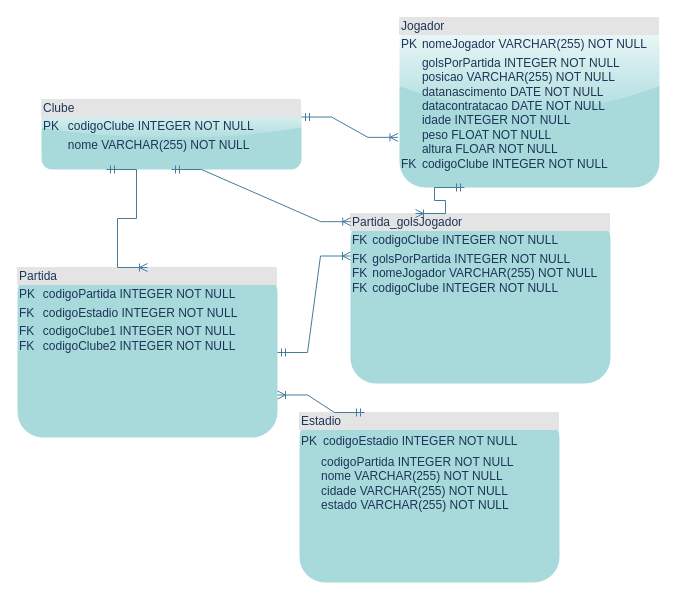
Before: page "modelologico" (2 of 2) of diagramas/Diagrama sem nome.drawio in eiakriative/tBanco, a draw.io diagram. Source tidied: cells renumbered, new cells numbered last; positions are measured from the earlier drawing's top-left corner, leaving out a move shared by most shapes. Both pictures are drawn from the tidied source at 100%, with x=0, y=0 at pixel (17, 17).
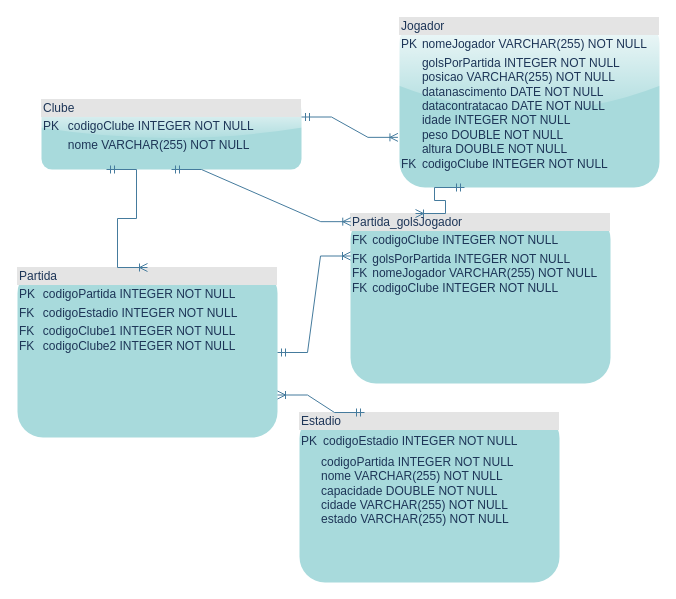
The same diagram, later.

Change to the diagram source:
```diff
@@
 <mxGraphModel>
   <root>
     <mxCell id="0" />
     <mxCell id="1" parent="0" />
-    <mxCell id="2" value="&lt;div style=&quot;box-sizing:border-box;width:100%;background:#e4e4e4;padding:2px;&quot;&gt;Jogador&lt;/div&gt;&lt;table style=&quot;width:100%;font-size:1em;&quot; cellpadding=&quot;2&quot; cellspacing=&quot;0&quot;&gt;&lt;tbody&gt;&lt;tr&gt;&lt;td&gt;PK&lt;/td&gt;&lt;td&gt;nomeJogador VARCHAR(255) NOT NULL&lt;br&gt;&lt;/td&gt;&lt;/tr&gt;&lt;tr&gt;&lt;td&gt;&lt;br&gt;&lt;br&gt;&lt;br&gt;&lt;br&gt;&lt;br&gt;&lt;br&gt;&lt;br&gt;FK&lt;/td&gt;&lt;td&gt;golsPorPartida INTEGER&amp;nbsp;NOT NULL&lt;br&gt;posicao VARCHAR(255) NOT NULL&lt;br&gt;datanascimento DATE NOT NULL&lt;br&gt;datacontratacao DATE NOT NULL&lt;br&gt;idade INTEGER&amp;nbsp;NOT NULL&lt;br&gt;peso FLOAT NOT NULL&lt;br&gt;altura FLOAR NOT NULL&lt;br&gt;codigoClube INTEGER NOT NULL&lt;/td&gt;&lt;/tr&gt;&lt;tr&gt;&lt;td&gt;&lt;/td&gt;&lt;td&gt;&lt;br&gt;&lt;/td&gt;&lt;/tr&gt;&lt;/tbody&gt;&lt;/table&gt;" style="verticalAlign=top;align=left;overflow=fill;html=1;rounded=1;glass=1;fillColor=#A8DADC;strokeColor=none;fontColor=#1D3557;" parent="1" vertex="1">
+    <mxCell id="2" value="&lt;div style=&quot;box-sizing:border-box;width:100%;background:#e4e4e4;padding:2px;&quot;&gt;Jogador&lt;/div&gt;&lt;table style=&quot;width:100%;font-size:1em;&quot; cellpadding=&quot;2&quot; cellspacing=&quot;0&quot;&gt;&lt;tbody&gt;&lt;tr&gt;&lt;td&gt;PK&lt;/td&gt;&lt;td&gt;nomeJogador VARCHAR(255) NOT NULL&lt;br&gt;&lt;/td&gt;&lt;/tr&gt;&lt;tr&gt;&lt;td&gt;&lt;br&gt;&lt;br&gt;&lt;br&gt;&lt;br&gt;&lt;br&gt;&lt;br&gt;&lt;br&gt;FK&lt;/td&gt;&lt;td&gt;golsPorPartida INTEGER&amp;nbsp;NOT NULL&lt;br&gt;posicao VARCHAR(255) NOT NULL&lt;br&gt;datanascimento DATE NOT NULL&lt;br&gt;datacontratacao DATE NOT NULL&lt;br&gt;idade INTEGER&amp;nbsp;NOT NULL&lt;br&gt;peso DOUBLE NOT NULL&lt;br&gt;altura DOUBLE NOT NULL&lt;br&gt;codigoClube INTEGER NOT NULL&lt;/td&gt;&lt;/tr&gt;&lt;tr&gt;&lt;td&gt;&lt;/td&gt;&lt;td&gt;&lt;br&gt;&lt;/td&gt;&lt;/tr&gt;&lt;/tbody&gt;&lt;/table&gt;" style="verticalAlign=top;align=left;overflow=fill;html=1;rounded=1;glass=1;fillColor=#A8DADC;strokeColor=none;fontColor=#1D3557;" parent="1" vertex="1">
       <mxGeometry x="382" width="260" height="170" as="geometry" />
     </mxCell>
     <mxCell id="3" value="&lt;div style=&quot;box-sizing:border-box;width:100%;background:#e4e4e4;padding:2px;&quot;&gt;Clube&lt;/div&gt;&lt;table style=&quot;width:100%;font-size:1em;&quot; cellpadding=&quot;2&quot; cellspacing=&quot;0&quot;&gt;&lt;tbody&gt;&lt;tr&gt;&lt;td&gt;PK&lt;/td&gt;&lt;td&gt;codigoClube&amp;nbsp;INTEGER NOT NULL&lt;br&gt;&lt;/td&gt;&lt;/tr&gt;&lt;tr&gt;&lt;td&gt;&lt;br&gt;&lt;/td&gt;&lt;td&gt;nome VARCHAR(255) NOT NULL&lt;br&gt;&lt;br&gt;&lt;br&gt;&lt;/td&gt;&lt;/tr&gt;&lt;tr&gt;&lt;td&gt;&lt;/td&gt;&lt;td&gt;&lt;br&gt;&lt;/td&gt;&lt;/tr&gt;&lt;/tbody&gt;&lt;/table&gt;" style="verticalAlign=top;align=left;overflow=fill;html=1;rounded=1;glass=1;strokeColor=none;fillColor=#A8DADC;fontColor=#1D3557;" parent="1" vertex="1">
       <mxGeometry x="24" y="82" width="260" height="70" as="geometry" />
     </mxCell>
     <mxCell id="4" style="edgeStyle=entityRelationEdgeStyle;fontSize=12;html=1;endArrow=ERoneToMany;startArrow=ERmandOne;rounded=0;exitX=1;exitY=0.25;exitDx=0;exitDy=0;entryX=-0.006;entryY=0.705;entryDx=0;entryDy=0;entryPerimeter=0;labelBackgroundColor=#F1FAEE;strokeColor=#457B9D;fontColor=#1D3557;" parent="1" edge="1" source="3" target="2">
       <mxGeometry relative="1" as="geometry" />
     </mxCell>
     <mxCell id="5" value="&lt;div style=&quot;box-sizing:border-box;width:100%;background:#e4e4e4;padding:2px;&quot;&gt;Partida&lt;/div&gt;&lt;table style=&quot;width:100%;font-size:1em;&quot; cellpadding=&quot;2&quot; cellspacing=&quot;0&quot;&gt;&lt;tbody&gt;&lt;tr&gt;&lt;td&gt;PK&lt;/td&gt;&lt;td&gt;codigoPartida&amp;nbsp;INTEGER&amp;nbsp;NOT NULL&lt;br&gt;&lt;/td&gt;&lt;/tr&gt;&lt;tr&gt;&lt;td&gt;FK&lt;/td&gt;&lt;td&gt;codigoEstadio INTEGER&amp;nbsp;NOT NULL&lt;/td&gt;&lt;/tr&gt;&lt;tr&gt;&lt;td&gt;FK&lt;br&gt;FK&lt;br&gt;&lt;/td&gt;&lt;td&gt;codigoClube1 INTEGER NOT NULL&lt;br&gt;codigoClube2 INTEGER NOT NULL&lt;br&gt;&lt;/td&gt;&lt;/tr&gt;&lt;/tbody&gt;&lt;/table&gt;" style="verticalAlign=top;align=left;overflow=fill;html=1;rounded=1;glass=0;fillColor=#A8DADC;strokeColor=none;fontColor=#1D3557;" parent="1" vertex="1">
       <mxGeometry y="250" width="260" height="170" as="geometry" />
     </mxCell>
     <mxCell id="6" style="edgeStyle=entityRelationEdgeStyle;fontSize=12;html=1;endArrow=ERoneToMany;startArrow=ERmandOne;rounded=0;exitX=0.25;exitY=1;exitDx=0;exitDy=0;entryX=0.5;entryY=0;entryDx=0;entryDy=0;targetPerimeterSpacing=1;labelBackgroundColor=#F1FAEE;strokeColor=#457B9D;fontColor=#1D3557;" parent="1" edge="1" source="3" target="5">
       <mxGeometry relative="1" as="geometry" />
     </mxCell>
     <mxCell id="7" value="&lt;div style=&quot;box-sizing:border-box;width:100%;background:#e4e4e4;padding:2px;&quot;&gt;Partida_golsJogador&lt;/div&gt;&lt;table style=&quot;width:100%;font-size:1em;&quot; cellpadding=&quot;2&quot; cellspacing=&quot;0&quot;&gt;&lt;tbody&gt;&lt;tr&gt;&lt;td&gt;FK&lt;/td&gt;&lt;td&gt;codigoClube INTEGER NOT NULL&lt;br&gt;&lt;/td&gt;&lt;/tr&gt;&lt;tr&gt;&lt;td&gt;FK&lt;br&gt;FK&lt;br&gt;FK&lt;/td&gt;&lt;td&gt;golsPorPartida INTEGER&amp;nbsp;NOT NULL&lt;br&gt;nomeJogador VARCHAR(255) NOT NULL&lt;br&gt;codigoClube INTEGER NOT NULL&lt;/td&gt;&lt;/tr&gt;&lt;tr&gt;&lt;td&gt;&lt;/td&gt;&lt;td&gt;&lt;br&gt;&lt;/td&gt;&lt;/tr&gt;&lt;/tbody&gt;&lt;/table&gt;" style="verticalAlign=top;align=left;overflow=fill;html=1;rounded=1;glass=0;fillColor=#A8DADC;strokeColor=none;fontColor=#1D3557;" parent="1" vertex="1">
       <mxGeometry x="333" y="196" width="260" height="170" as="geometry" />
     </mxCell>
-    <mxCell id="8" value="&lt;div style=&quot;box-sizing:border-box;width:100%;background:#e4e4e4;padding:2px;&quot;&gt;Estadio&lt;/div&gt;&lt;table style=&quot;width:100%;font-size:1em;&quot; cellpadding=&quot;2&quot; cellspacing=&quot;0&quot;&gt;&lt;tbody&gt;&lt;tr&gt;&lt;td&gt;PK&lt;/td&gt;&lt;td&gt;&lt;table style=&quot;font-size: 1em; width: 260px;&quot; cellpadding=&quot;2&quot; cellspacing=&quot;0&quot;&gt;&lt;tbody&gt;&lt;tr&gt;&lt;td&gt;codigoEstadio INTEGER&amp;nbsp;NOT NULL&lt;br&gt;&lt;/td&gt;&lt;/tr&gt;&lt;tr&gt;&lt;/tr&gt;&lt;/tbody&gt;&lt;/table&gt;&lt;/td&gt;&lt;/tr&gt;&lt;tr&gt;&lt;td&gt;&lt;br&gt;&lt;/td&gt;&lt;td&gt;codigoPartida INTEGER&amp;nbsp;NOT NULL&lt;br&gt;nome VARCHAR(255) NOT NULL&lt;br&gt;cidade VARCHAR(255) NOT NULL&lt;br&gt;estado VARCHAR(255) NOT NULL&lt;br&gt;&lt;/td&gt;&lt;/tr&gt;&lt;tr&gt;&lt;td&gt;&lt;br&gt;&lt;/td&gt;&lt;td&gt;&lt;br&gt;&lt;/td&gt;&lt;/tr&gt;&lt;/tbody&gt;&lt;/table&gt;" style="verticalAlign=top;align=left;overflow=fill;html=1;rounded=1;glass=0;fillColor=#A8DADC;strokeColor=none;fontColor=#1D3557;" parent="1" vertex="1">
+    <mxCell id="8" value="&lt;div style=&quot;box-sizing:border-box;width:100%;background:#e4e4e4;padding:2px;&quot;&gt;Estadio&lt;/div&gt;&lt;table style=&quot;width:100%;font-size:1em;&quot; cellpadding=&quot;2&quot; cellspacing=&quot;0&quot;&gt;&lt;tbody&gt;&lt;tr&gt;&lt;td&gt;PK&lt;/td&gt;&lt;td&gt;&lt;table style=&quot;font-size: 1em; width: 260px;&quot; cellpadding=&quot;2&quot; cellspacing=&quot;0&quot;&gt;&lt;tbody&gt;&lt;tr&gt;&lt;td&gt;codigoEstadio INTEGER&amp;nbsp;NOT NULL&lt;br&gt;&lt;/td&gt;&lt;/tr&gt;&lt;tr&gt;&lt;/tr&gt;&lt;/tbody&gt;&lt;/table&gt;&lt;/td&gt;&lt;/tr&gt;&lt;tr&gt;&lt;td&gt;&lt;br&gt;&lt;/td&gt;&lt;td&gt;codigoPartida INTEGER&amp;nbsp;NOT NULL&lt;br&gt;nome VARCHAR(255) NOT NULL&lt;br&gt;capacidade DOUBLE NOT NULL&lt;br&gt;cidade VARCHAR(255) NOT NULL&lt;br&gt;estado VARCHAR(255) NOT NULL&lt;br&gt;&lt;/td&gt;&lt;/tr&gt;&lt;tr&gt;&lt;td&gt;&lt;br&gt;&lt;/td&gt;&lt;td&gt;&lt;br&gt;&lt;/td&gt;&lt;/tr&gt;&lt;/tbody&gt;&lt;/table&gt;" style="verticalAlign=top;align=left;overflow=fill;html=1;rounded=1;glass=0;fillColor=#A8DADC;strokeColor=none;fontColor=#1D3557;" parent="1" vertex="1">
       <mxGeometry x="282" y="395" width="260" height="170" as="geometry" />
     </mxCell>
     <mxCell id="9" style="edgeStyle=entityRelationEdgeStyle;fontSize=12;html=1;endArrow=ERoneToMany;startArrow=ERmandOne;rounded=0;sketch=0;strokeColor=#457B9D;endSize=6;targetPerimeterSpacing=1;jumpStyle=none;jumpSize=6;exitX=0.25;exitY=0;exitDx=0;exitDy=0;entryX=1;entryY=0.75;entryDx=0;entryDy=0;labelBackgroundColor=#F1FAEE;fontColor=#1D3557;" parent="1" edge="1" source="8" target="5">
       <mxGeometry relative="1" as="geometry" />
     </mxCell>
     <mxCell id="10" style="edgeStyle=entityRelationEdgeStyle;fontSize=12;html=1;endArrow=ERoneToMany;startArrow=ERmandOne;rounded=0;strokeColor=#457B9D;fontColor=#1D3557;fillColor=#A8DADC;exitX=0.5;exitY=1;exitDx=0;exitDy=0;entryX=0.001;entryY=0.048;entryDx=0;entryDy=0;entryPerimeter=0;" parent="1" edge="1" source="3" target="7">
       <mxGeometry relative="1" as="geometry" />
     </mxCell>
     <mxCell id="11" style="edgeStyle=entityRelationEdgeStyle;fontSize=12;html=1;endArrow=ERoneToMany;startArrow=ERmandOne;rounded=0;strokeColor=#457B9D;fontColor=#1D3557;fillColor=#A8DADC;exitX=0.25;exitY=1;exitDx=0;exitDy=0;entryX=0.25;entryY=0;entryDx=0;entryDy=0;" parent="1" edge="1" source="2" target="7">
       <mxGeometry relative="1" as="geometry" />
     </mxCell>
     <mxCell id="12" style="edgeStyle=entityRelationEdgeStyle;fontSize=12;html=1;endArrow=ERoneToMany;startArrow=ERmandOne;rounded=0;strokeColor=#457B9D;fontColor=#1D3557;fillColor=#A8DADC;exitX=1;exitY=0.5;exitDx=0;exitDy=0;entryX=0;entryY=0.25;entryDx=0;entryDy=0;" parent="1" edge="1" source="5" target="7">
       <mxGeometry relative="1" as="geometry" />
     </mxCell>
   </root>
 </mxGraphModel>
```
